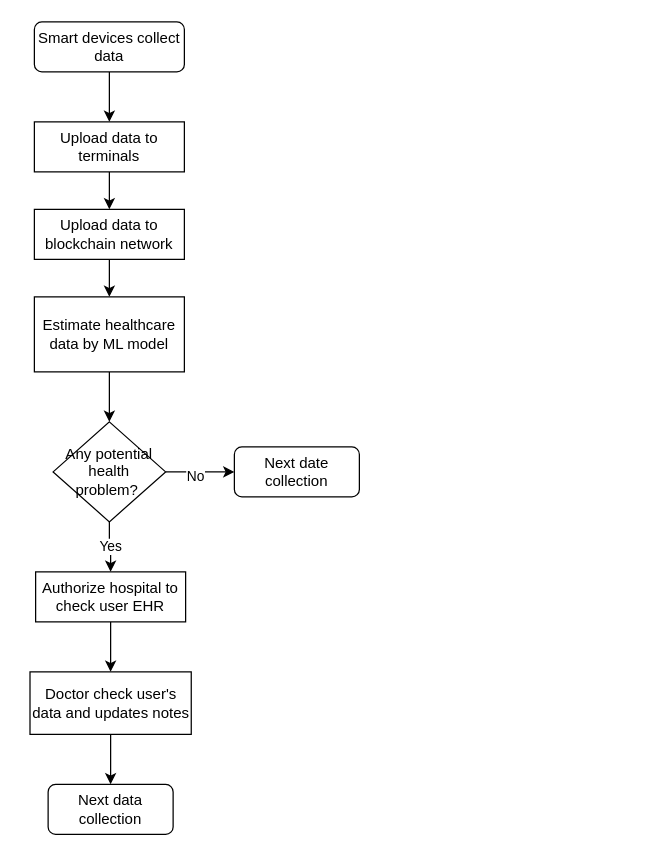
Above: PatientDocorComunicationFlowchart.drawio in unnc-fose-20126522/Health-Status-Monitoring-System-based-on-Hyperledger-Fabric-and-ModeChain (draw.io), before the change. Source tidied: cells renumbered, new cells numbered last; positions are measured from the earlier drawing's top-left corner, leaving out a move shared by most shapes. Both pictures are drawn from the tidied source at 125%, with x=0, y=0 at pixel (29, 21).
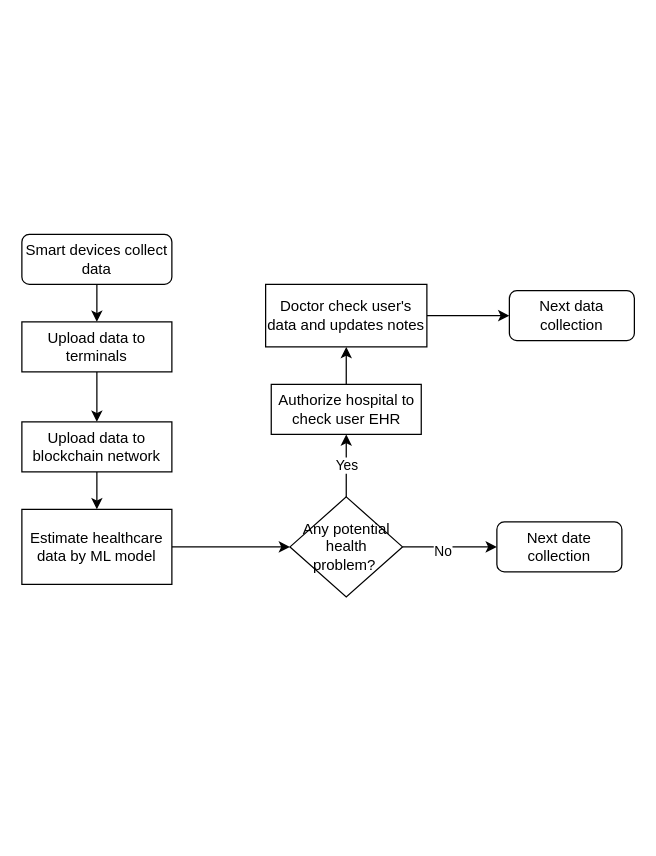
Above is the later version.

What changed in the source:
```diff
@@
 <mxGraphModel>
   <root>
     <mxCell id="0" />
     <mxCell id="1" parent="0" />
     <mxCell id="2" style="edgeStyle=orthogonalEdgeStyle;rounded=0;jettySize=auto;html=1;entryX=0.5;entryY=0;entryDx=0;entryDy=0;" parent="1" edge="1" source="3" target="5">
       <mxGeometry relative="1" as="geometry" />
     </mxCell>
     <mxCell id="3" value="Smart devices collect data" style="rounded=1;whiteSpace=wrap;html=1;fontSize=12;glass=0;strokeWidth=1;shadow=0;" parent="1" vertex="1">
-      <mxGeometry x="4" width="120" height="40" as="geometry" />
+      <mxGeometry x="-6" y="170" width="120" height="40" as="geometry" />
     </mxCell>
     <mxCell id="4" style="edgeStyle=orthogonalEdgeStyle;rounded=0;jettySize=auto;html=1;" parent="1" edge="1" source="5" target="7">
       <mxGeometry relative="1" as="geometry" />
     </mxCell>
     <mxCell id="5" value="Upload data to terminals" style="rounded=0;whiteSpace=wrap;html=1;" parent="1" vertex="1">
-      <mxGeometry x="4" y="80" width="120" height="40" as="geometry" />
+      <mxGeometry x="-6" y="240" width="120" height="40" as="geometry" />
     </mxCell>
     <mxCell id="6" style="edgeStyle=orthogonalEdgeStyle;rounded=0;jettySize=auto;html=1;" parent="1" edge="1" source="7" target="15">
       <mxGeometry relative="1" as="geometry" />
     </mxCell>
     <mxCell id="7" value="Upload data to blockchain network" style="whiteSpace=wrap;html=1;rounded=0;" parent="1" vertex="1">
-      <mxGeometry x="4" y="150" width="120" height="40" as="geometry" />
+      <mxGeometry x="-6" y="320" width="120" height="40" as="geometry" />
     </mxCell>
     <mxCell id="8" value="Yes" style="edgeStyle=orthogonalEdgeStyle;rounded=0;jettySize=auto;html=1;" parent="1" edge="1" source="11" target="13">
       <mxGeometry relative="1" as="geometry" />
     </mxCell>
     <mxCell id="9" style="edgeStyle=orthogonalEdgeStyle;rounded=0;jettySize=auto;html=1;" parent="1" edge="1" source="11" target="18">
       <mxGeometry relative="1" as="geometry" />
     </mxCell>
     <mxCell id="10" value="No" style="edgeLabel;html=1;align=center;verticalAlign=middle;" parent="9" vertex="1">
       <mxGeometry x="-0.16" y="-3" relative="1" as="geometry" />
     </mxCell>
     <mxCell id="11" value="Any potential health problem?&amp;nbsp;" style="rhombus;whiteSpace=wrap;html=1;rounded=0;" parent="1" vertex="1">
-      <mxGeometry x="19" y="320" width="90" height="80" as="geometry" />
+      <mxGeometry x="208.5" y="380" width="90" height="80" as="geometry" />
     </mxCell>
     <mxCell id="12" style="edgeStyle=orthogonalEdgeStyle;rounded=0;jettySize=auto;html=1;" parent="1" edge="1" source="13" target="17">
       <mxGeometry relative="1" as="geometry" />
     </mxCell>
     <mxCell id="13" value="Authorize hospital to check user EHR" style="whiteSpace=wrap;html=1;rounded=0;" parent="1" vertex="1">
-      <mxGeometry x="5" y="440" width="120" height="40" as="geometry" />
+      <mxGeometry x="193.5" y="290" width="120" height="40" as="geometry" />
     </mxCell>
-    <mxCell id="14" style="edgeStyle=orthogonalEdgeStyle;rounded=0;jettySize=auto;html=1;entryX=0.5;entryY=0;entryDx=0;entryDy=0;" parent="1" edge="1" source="15" target="11">
+    <mxCell id="14" style="edgeStyle=orthogonalEdgeStyle;rounded=0;jettySize=auto;html=1;" parent="1" edge="1" source="15" target="11">
       <mxGeometry relative="1" as="geometry" />
     </mxCell>
     <mxCell id="15" value="&lt;span&gt;Estimate healthcare data by ML model&lt;/span&gt;" style="whiteSpace=wrap;html=1;rounded=0;" parent="1" vertex="1">
-      <mxGeometry x="4" y="220" width="120" height="60" as="geometry" />
+      <mxGeometry x="-6" y="390" width="120" height="60" as="geometry" />
     </mxCell>
     <mxCell id="16" style="edgeStyle=orthogonalEdgeStyle;rounded=0;jettySize=auto;html=1;" parent="1" edge="1" source="17" target="19">
       <mxGeometry relative="1" as="geometry" />
     </mxCell>
     <mxCell id="17" value="Doctor check user's data and updates notes" style="whiteSpace=wrap;html=1;rounded=0;" parent="1" vertex="1">
-      <mxGeometry x="0.5" y="520" width="129" height="50" as="geometry" />
+      <mxGeometry x="189" y="210" width="129" height="50" as="geometry" />
     </mxCell>
     <mxCell id="18" value="Next date collection" style="rounded=1;whiteSpace=wrap;html=1;" parent="1" vertex="1">
-      <mxGeometry x="164" y="340" width="100" height="40" as="geometry" />
+      <mxGeometry x="374" y="400" width="100" height="40" as="geometry" />
     </mxCell>
     <mxCell id="19" value="Next data collection" style="rounded=1;whiteSpace=wrap;html=1;" parent="1" vertex="1">
-      <mxGeometry x="15" y="610" width="100" height="40" as="geometry" />
+      <mxGeometry x="384" y="215" width="100" height="40" as="geometry" />
     </mxCell>
   </root>
 </mxGraphModel>
```
